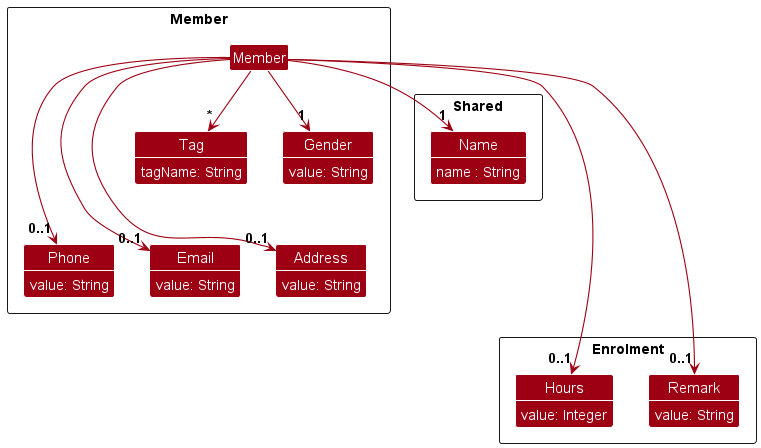
Before: docs/images/MemberClassDiagram.png, a diagram exported from PlantUML (nus-cs2103-AY2324S1/tp).
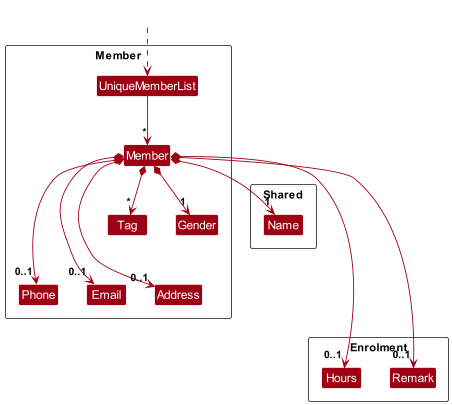
After the change.

Commit message:
Update diagrams and note for hours and remark in Member and Event

Change to the diagram source:
```diff
@@ -8,57 +8,37 @@
 skinparam classBackgroundColor MODEL_COLOR
 
 package Shared <<Rectangle>> {
-    class Name {
-        name : String
-    }
+    class Name
 }
 package Enrolment <<Rectangle>> {
-    class Hours {
-        value: Integer
-    }
-
-    class Remark {
-        value: String
-    }
+    class Hours
+    class Remark
 }
 
+Class HiddenOutside #FFFFFF
 package Member <<Rectangle>> {
     class Member {
 
     }
 
+    class Phone
 
+    class Email
+    class Address
+    class Tag
+    class Gender
 
-    class Phone {
-        value: String
-    }
+    HiddenOutside ..> UniqueMemberList
+    UniqueMemberList -down-> "*" Member
+    Member *-down->"1" Name
+    Member *-down->"1" Gender
+    Member *--down->"0..1" Phone
+    Member *--down->"0..1" Email
+    Member *--down->"0..1" Address
+    Member *-down->"*" Tag
 
-
-    class Email {
-        value: String
-    }
-
-    class Address {
-        value: String
-    }
-
-    class Tag {
-        tagName: String
-    }
-    class Gender {
-            value: String
-    }
-
-
-    Member -down->"1" Name
-    Member -down->"1" Gender
-    Member --down->"0..1" Phone
-    Member --down->"0..1" Email
-    Member --down->"0..1" Address
-    Member -down->"*" Tag
-
-    Member ---down->"0..1" Hours
-    Member ---down->"0..1" Remark
+    Member *---down->"0..1" Hours
+    Member *---down->"0..1" Remark
 
 }
 
```
